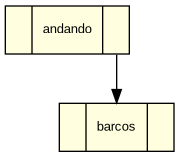
This is Biblioteca_Magica_2/avl_viewer.png from HersonAJ/Proyecto-2-EDD, a Graphviz export, as it was before one commit. Its source is kept beside it as Biblioteca_Magica_2/avl_viewer.dot. Its diagram source:
```dot
digraph Arbol {
    rankdir=TB;
    node [shape=record, style=filled, fillcolor=lightyellow, fontname="Arial", fontsize=10];
    n1112530490 [label="<L> | andando | <R>"];
    n1677131751 [label="<L> | barcos | <R>"];
    n1112530490:R -> n1677131751;
    n1677131751 [label="<L> | barcos | <R>"];
}
```
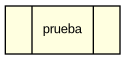
The same file after the commit.

The edit, as a diff of the source:
```diff
@@ -1,8 +1,5 @@
 digraph Arbol {
     rankdir=TB;
     node [shape=record, style=filled, fillcolor=lightyellow, fontname="Arial", fontsize=10];
-    n1112530490 [label="<L> | andando | <R>"];
-    n1677131751 [label="<L> | barcos | <R>"];
-    n1112530490:R -> n1677131751;
-    n1677131751 [label="<L> | barcos | <R>"];
+    n639198335 [label="<L> | prueba | <R>"];
 }
```
